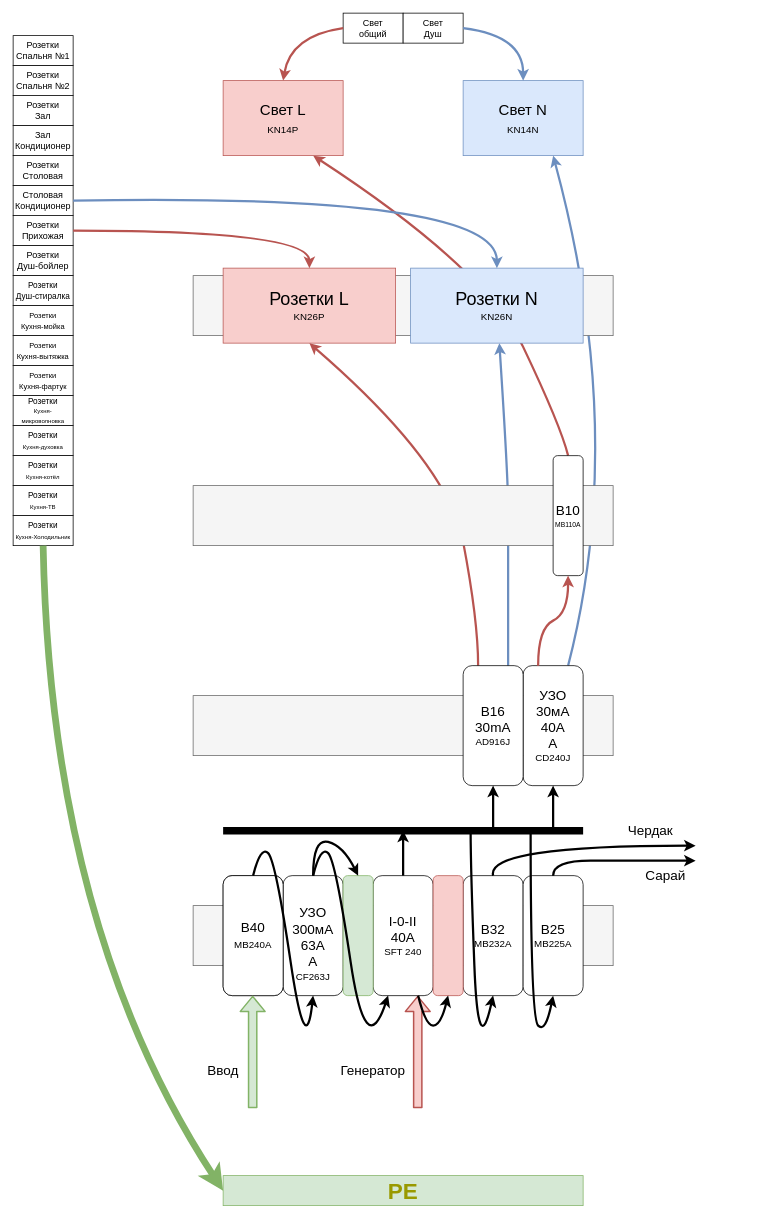
The draw.io diagram page "Версия 1" (2 of 2) of shit.drawio in Tur-4000/electro22, before the edit. Source tidied: cells renumbered, new cells numbered last; positions are measured from the earlier drawing's top-left corner, leaving out a move shared by most shapes. Both pictures are drawn from the tidied source at 75%, with x=0, y=0 at pixel (13, 13).
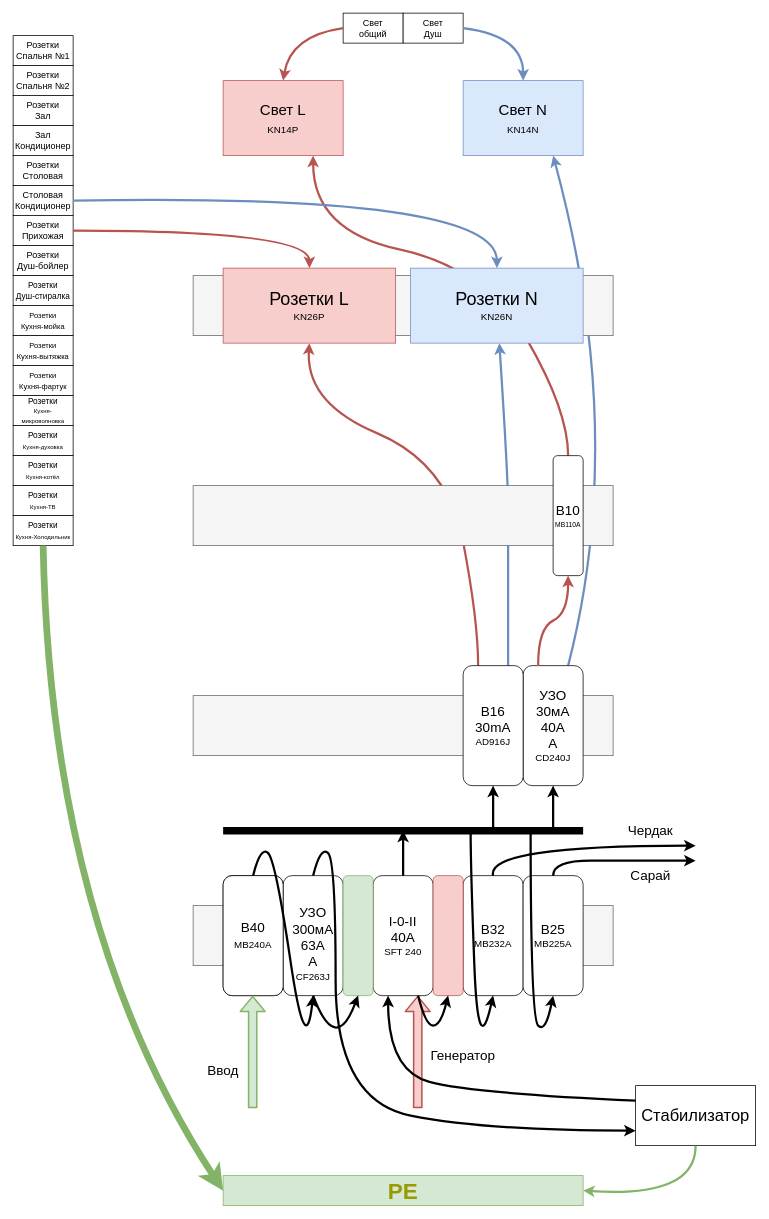
After the change.

The change refers to these unchanged cells:
```xml
<mxCell id="11" value="&lt;div style=&quot;font-size: 18px&quot;&gt;&lt;font style=&quot;font-size: 18px&quot;&gt;&lt;b&gt;&lt;font style=&quot;font-size: 18px&quot;&gt;&lt;br&gt;&lt;/font&gt;&lt;/b&gt;&lt;/font&gt;&lt;/div&gt;&lt;div style=&quot;font-size: 18px&quot;&gt;&lt;font style=&quot;font-size: 18px&quot;&gt;&lt;font style=&quot;font-size: 18px&quot;&gt;УЗО&lt;/font&gt;&lt;/font&gt;&lt;/div&gt;&lt;div style=&quot;font-size: 18px&quot;&gt;&lt;font style=&quot;font-size: 18px&quot;&gt;&lt;font style=&quot;font-size: 18px&quot;&gt;300мА&lt;/font&gt;&lt;/font&gt;&lt;/div&gt;&lt;div style=&quot;font-size: 18px&quot;&gt;&lt;font style=&quot;font-size: 18px&quot;&gt;&lt;font style=&quot;font-size: 18px&quot;&gt;63А&lt;/font&gt;&lt;/font&gt;&lt;/div&gt;&lt;div style=&quot;font-size: 18px&quot;&gt;&lt;font style=&quot;font-size: 18px&quot;&gt;&lt;font style=&quot;font-size: 18px&quot;&gt;А&lt;/font&gt;&lt;/font&gt;&lt;br&gt;&lt;/div&gt;&lt;div&gt;&lt;span style=&quot;font-size: 13px ; color: #000000 ; font-weight: normal ; text-decoration: none ; font-family: &amp;#34;arial&amp;#34; ; font-style: normal&quot;&gt;CF263J&lt;/span&gt;&lt;/div&gt;" style="rounded=1;whiteSpace=wrap;html=1;" parent="1" vertex="1">
  <mxGeometry x="360" y="1150" width="80" height="160" as="geometry" />
</mxCell>
<mxCell id="16" value="&lt;div style=&quot;font-size: 18px&quot;&gt;&lt;span style=&quot;color: rgb(0 , 0 , 0) ; font-weight: normal ; text-decoration: none ; font-family: &amp;#34;arial&amp;#34; ; font-style: normal&quot;&gt;I-0-II&lt;br&gt;&lt;/span&gt;&lt;/div&gt;&lt;div style=&quot;font-size: 18px&quot;&gt;&lt;span style=&quot;color: rgb(0 , 0 , 0) ; font-weight: normal ; text-decoration: none ; font-family: &amp;#34;arial&amp;#34; ; font-style: normal&quot;&gt;40A&lt;br&gt;&lt;/span&gt;&lt;/div&gt;&lt;div&gt;&lt;span style=&quot;font-size: 13px ; color: #000000 ; font-weight: normal ; text-decoration: none ; font-family: &amp;#34;arial&amp;#34; ; font-style: normal&quot;&gt;SFT 240&lt;/span&gt;&lt;/div&gt;" style="rounded=1;whiteSpace=wrap;html=1;" parent="1" vertex="1">
  <mxGeometry x="480" y="1150" width="80" height="160" as="geometry" />
</mxCell>
<mxCell id="18" style="rounded=1;whiteSpace=wrap;html=1;fillColor=#d5e8d4;strokeColor=#82b366;" parent="1" vertex="1">
  <mxGeometry x="440" y="1150" width="40" height="160" as="geometry" />
</mxCell>
<mxCell id="38" value="&lt;font color=&quot;#999900&quot;&gt;&lt;b&gt;&lt;font style=&quot;font-size: 30px&quot;&gt;PE&lt;/font&gt;&lt;/b&gt;&lt;/font&gt;" style="rounded=0;whiteSpace=wrap;html=1;fillColor=#d5e8d4;strokeColor=#82b366;" parent="1" vertex="1">
  <mxGeometry x="280" y="1550" width="480" height="40" as="geometry" />
</mxCell>
<mxCell id="39" value="&lt;div&gt;&lt;span style=&quot;font-size: 13px ; color: #000000 ; font-weight: normal ; text-decoration: none ; font-family: &amp;#34;arial&amp;#34; ; font-style: normal&quot;&gt;&lt;font style=&quot;font-size: 18px&quot;&gt;B10&lt;/font&gt;&lt;br&gt;&lt;/span&gt;&lt;/div&gt;&lt;div&gt;&lt;font size=&quot;1&quot;&gt;&lt;span style=&quot;font-size: 9px ; color: rgb(0 , 0 , 0) ; font-weight: normal ; text-decoration: none ; font-family: &amp;#34;arial&amp;#34; ; font-style: normal&quot;&gt;MB110A&lt;/span&gt;&lt;/font&gt;&lt;/div&gt;" style="rounded=1;whiteSpace=wrap;html=1;" parent="1" vertex="1">
  <mxGeometry x="720" y="590" width="40" height="160" as="geometry" />
</mxCell>
<mxCell id="42" value="&lt;div&gt;&lt;font style=&quot;font-size: 24px&quot;&gt;Розетки L&lt;/font&gt;&lt;/div&gt;&lt;div style=&quot;font-size: 13px&quot;&gt;&lt;font style=&quot;font-size: 13px&quot;&gt;KN26P&lt;br&gt;&lt;/font&gt;&lt;/div&gt;" style="rounded=0;whiteSpace=wrap;html=1;fillColor=#f8cecc;strokeColor=#b85450;" parent="1" vertex="1">
  <mxGeometry x="280" y="340" width="230" height="100" as="geometry" />
</mxCell>
<mxCell id="44" value="&lt;div&gt;&lt;font style=&quot;font-size: 20px&quot;&gt;Свет L&lt;/font&gt;&lt;br&gt;&lt;font style=&quot;font-size: 20px&quot;&gt;&lt;font style=&quot;font-size: 20px&quot;&gt;&lt;span style=&quot;font-size: 13px ; color: #000000 ; font-weight: normal ; text-decoration: none ; font-family: &amp;#34;arial&amp;#34; ; font-style: normal&quot;&gt;KN14P&lt;/span&gt;&lt;/font&gt;&lt;/font&gt;&lt;/div&gt;" style="rounded=0;whiteSpace=wrap;html=1;fillColor=#f8cecc;strokeColor=#b85450;" parent="1" vertex="1">
  <mxGeometry x="280" y="90" width="160" height="100" as="geometry" />
</mxCell>
```

The edit, as a diff of the source:
```diff
@@
     <mxCell id="2" style="curved=1;endArrow=classic;html=1;strokeWidth=3;fillColor=#f8cecc;strokeColor=#b85450;exitX=0.75;exitY=0;exitDx=0;exitDy=0;entryX=0.5;entryY=1;entryDx=0;entryDy=0;" parent="1" edge="1" target="42">
       <mxGeometry relative="1" as="geometry">
         <mxPoint x="620" y="870" as="sourcePoint" />
         <Array as="points">
           <mxPoint x="620" y="810" />
           <mxPoint x="580" y="600" />
+          <mxPoint x="390" y="520" />
         </Array>
       </mxGeometry>
     </mxCell>
@@
     <mxCell id="5" style="curved=1;endArrow=classic;html=1;strokeWidth=3;fillColor=#f8cecc;strokeColor=#b85450;exitX=0.5;exitY=0;exitDx=0;exitDy=0;entryX=0.75;entryY=1;entryDx=0;entryDy=0;" parent="1" edge="1" source="39" target="44">
       <mxGeometry relative="1" as="geometry">
         <Array as="points">
-          <mxPoint x="730" y="550" />
+          <mxPoint x="740" y="530" />
           <mxPoint x="630" y="340" />
+          <mxPoint x="400" y="290" />
         </Array>
       </mxGeometry>
     </mxCell>
@@
-    <mxCell id="22" style="curved=1;endArrow=classic;html=1;strokeWidth=3;exitX=0.5;exitY=0;exitDx=0;exitDy=0;entryX=0.25;entryY=1;entryDx=0;entryDy=0;" parent="1" edge="1" target="16">
+    <mxCell id="22" style="curved=1;endArrow=classic;html=1;strokeWidth=3;exitX=0.5;exitY=0;exitDx=0;exitDy=0;entryX=0;entryY=0.75;entryDx=0;entryDy=0;" parent="1" edge="1" target="69">
       <mxGeometry relative="1" as="geometry">
         <mxPoint x="400" y="1150" as="sourcePoint" />
         <Array as="points">
           <mxPoint x="410" y="1110" />
           <mxPoint x="430" y="1130" />
-          <mxPoint x="470" y="1400" />
+          <mxPoint x="430" y="1450" />
+          <mxPoint x="630" y="1490" />
         </Array>
       </mxGeometry>
     </mxCell>
-    <mxCell id="23" style="curved=1;endArrow=classic;html=1;strokeWidth=3;exitX=0.5;exitY=0;exitDx=0;exitDy=0;entryX=0.5;entryY=0;entryDx=0;entryDy=0;" parent="1" edge="1" source="11" target="18">
+    <mxCell id="23" style="curved=1;endArrow=classic;html=1;strokeWidth=3;exitX=0.5;exitY=1;exitDx=0;exitDy=0;entryX=0.5;entryY=1;entryDx=0;entryDy=0;" parent="1" edge="1" source="11" target="18">
       <mxGeometry relative="1" as="geometry">
         <Array as="points">
-          <mxPoint x="400" y="1100" />
-          <mxPoint x="440" y="1110" />
+          <mxPoint x="430" y="1390" />
         </Array>
       </mxGeometry>
     </mxCell>
@@
     <mxCell id="35" value="&lt;font style=&quot;font-size: 18px&quot;&gt;Генератор&lt;/font&gt;" style="text;html=1;strokeColor=none;fillColor=none;align=center;verticalAlign=middle;whiteSpace=wrap;rounded=0;" parent="1" vertex="1">
-      <mxGeometry x="440" y="1400" width="80" height="20" as="geometry" />
+      <mxGeometry x="560" y="1380" width="80" height="20" as="geometry" />
     </mxCell>
     <mxCell id="36" value="&lt;font style=&quot;font-size: 18px&quot;&gt;Сарай&lt;/font&gt;" style="text;html=1;strokeColor=none;fillColor=none;align=center;verticalAlign=middle;whiteSpace=wrap;rounded=0;" parent="1" vertex="1">
-      <mxGeometry x="830" y="1140" width="80" height="20" as="geometry" />
+      <mxGeometry x="810" y="1140" width="80" height="20" as="geometry" />
     </mxCell>
@@
+    <mxCell id="69" value="&lt;font style=&quot;font-size: 22px&quot;&gt;Стабилизатор&lt;/font&gt;" style="rounded=0;whiteSpace=wrap;html=1;" parent="1" vertex="1">
+      <mxGeometry x="830" y="1430" width="160" height="80" as="geometry" />
+    </mxCell>
+    <mxCell id="70" style="curved=1;endArrow=classic;html=1;strokeWidth=3;exitX=0;exitY=0.25;exitDx=0;exitDy=0;entryX=0.25;entryY=1;entryDx=0;entryDy=0;" parent="1" edge="1" source="69" target="16">
+      <mxGeometry relative="1" as="geometry">
+        <Array as="points">
+          <mxPoint x="610" y="1440" />
+          <mxPoint x="500" y="1410" />
+        </Array>
+      </mxGeometry>
+    </mxCell>
+    <mxCell id="71" style="curved=1;endArrow=classic;html=1;strokeWidth=3;entryX=1;entryY=0.5;entryDx=0;entryDy=0;exitX=0.5;exitY=1;exitDx=0;exitDy=0;fillColor=#d5e8d4;strokeColor=#82b366;" parent="1" edge="1" source="69" target="38">
+      <mxGeometry relative="1" as="geometry">
+        <Array as="points">
+          <mxPoint x="910" y="1580" />
+        </Array>
+      </mxGeometry>
+    </mxCell>
```
